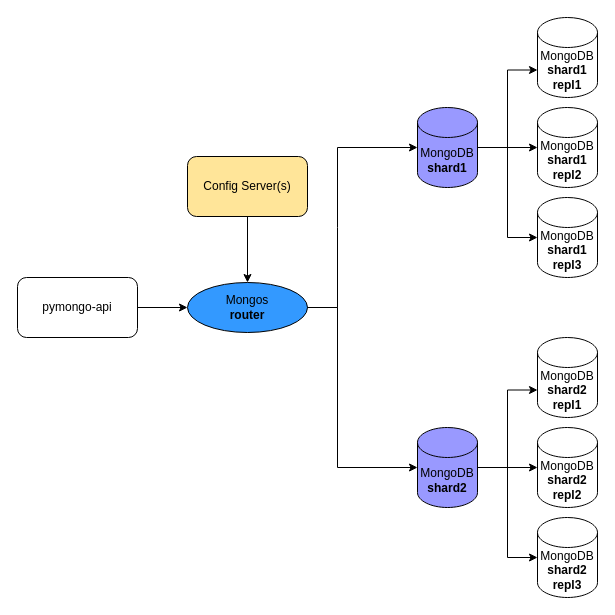
Before: task1_2.drawio in kihana/architecture-sprint-2, a draw.io diagram. Source tidied: cells renumbered, new cells numbered last; positions are measured from the earlier drawing's top-left corner, leaving out a move shared by most shapes. Both pictures are drawn from the tidied source at 100%, with x=0, y=0 at pixel (17, 17).
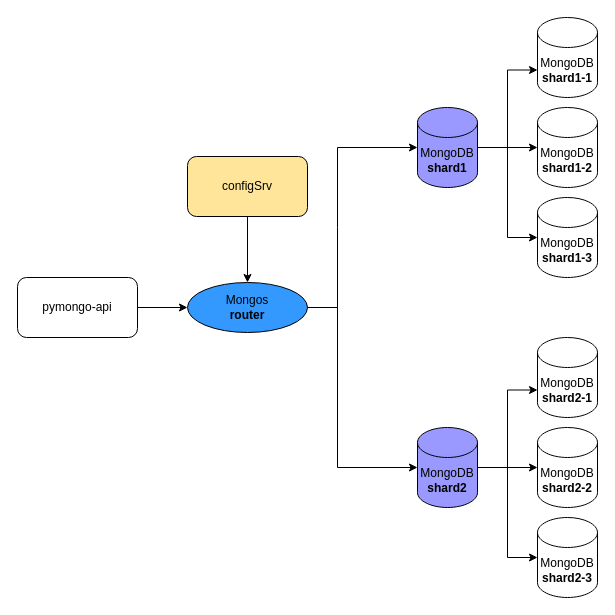
The same page after the edit.

Diff of the diagram source:
```diff
@@
-    <mxCell id="9" value="Config Server(s)" style="rounded=1;whiteSpace=wrap;html=1;fillColor=#FFE599;" parent="1" vertex="1">
+    <mxCell id="9" value="configSrv" style="rounded=1;whiteSpace=wrap;html=1;fillColor=#FFE599;" parent="1" vertex="1">
       <mxGeometry x="170" y="139" width="120" height="60" as="geometry" />
     </mxCell>
@@
-    <mxCell id="11" value="&lt;div&gt;MongoDB&lt;/div&gt;&lt;div&gt;&lt;b&gt;shard1&lt;/b&gt;&lt;/div&gt;&lt;div&gt;&lt;b&gt;repl1&lt;/b&gt;&lt;br&gt;&lt;/div&gt;" style="shape=cylinder3;whiteSpace=wrap;html=1;boundedLbl=1;backgroundOutline=1;size=15;" parent="1" vertex="1">
+    <mxCell id="11" value="&lt;div&gt;MongoDB&lt;/div&gt;&lt;div&gt;&lt;b&gt;shard1-1&lt;/b&gt;&lt;/div&gt;" style="shape=cylinder3;whiteSpace=wrap;html=1;boundedLbl=1;backgroundOutline=1;size=15;" parent="1" vertex="1">
       <mxGeometry x="520" width="60" height="80" as="geometry" />
     </mxCell>
-    <mxCell id="12" value="&lt;div&gt;MongoDB&lt;/div&gt;&lt;div&gt;&lt;b&gt;shard1&lt;/b&gt;&lt;/div&gt;&lt;div&gt;&lt;b&gt;repl2&lt;/b&gt;&lt;br&gt;&lt;/div&gt;" style="shape=cylinder3;whiteSpace=wrap;html=1;boundedLbl=1;backgroundOutline=1;size=15;" parent="1" vertex="1">
+    <mxCell id="12" value="&lt;div&gt;MongoDB&lt;/div&gt;&lt;div&gt;&lt;b&gt;shard1-2&lt;/b&gt;&lt;/div&gt;" style="shape=cylinder3;whiteSpace=wrap;html=1;boundedLbl=1;backgroundOutline=1;size=15;" parent="1" vertex="1">
       <mxGeometry x="520" y="90" width="60" height="80" as="geometry" />
     </mxCell>
-    <mxCell id="13" value="&lt;div&gt;MongoDB&lt;/div&gt;&lt;div&gt;&lt;b&gt;shard1&lt;/b&gt;&lt;/div&gt;&lt;div&gt;&lt;b&gt;repl3&lt;/b&gt;&lt;br&gt;&lt;/div&gt;" style="shape=cylinder3;whiteSpace=wrap;html=1;boundedLbl=1;backgroundOutline=1;size=15;" parent="1" vertex="1">
+    <mxCell id="13" value="&lt;div&gt;MongoDB&lt;/div&gt;&lt;div&gt;&lt;b&gt;shard1-3&lt;/b&gt;&lt;/div&gt;" style="shape=cylinder3;whiteSpace=wrap;html=1;boundedLbl=1;backgroundOutline=1;size=15;" parent="1" vertex="1">
       <mxGeometry x="520" y="180" width="60" height="80" as="geometry" />
     </mxCell>
-    <mxCell id="14" value="&lt;div&gt;MongoDB&lt;/div&gt;&lt;div&gt;&lt;b&gt;shard2&lt;/b&gt;&lt;/div&gt;&lt;div&gt;&lt;b&gt;repl2&lt;br&gt;&lt;/b&gt;&lt;/div&gt;" style="shape=cylinder3;whiteSpace=wrap;html=1;boundedLbl=1;backgroundOutline=1;size=15;" parent="1" vertex="1">
+    <mxCell id="14" value="&lt;div&gt;MongoDB&lt;/div&gt;&lt;div&gt;&lt;b&gt;shard2-2&lt;/b&gt;&lt;/div&gt;" style="shape=cylinder3;whiteSpace=wrap;html=1;boundedLbl=1;backgroundOutline=1;size=15;" parent="1" vertex="1">
       <mxGeometry x="520" y="410" width="60" height="80" as="geometry" />
     </mxCell>
-    <mxCell id="15" value="&lt;div&gt;MongoDB&lt;/div&gt;&lt;div&gt;&lt;b&gt;shard2&lt;br&gt;&lt;/b&gt;&lt;/div&gt;&lt;div&gt;&lt;b&gt;repl1&lt;/b&gt;&lt;br&gt;&lt;/div&gt;" style="shape=cylinder3;whiteSpace=wrap;html=1;boundedLbl=1;backgroundOutline=1;size=15;" parent="1" vertex="1">
+    <mxCell id="15" value="&lt;div&gt;MongoDB&lt;/div&gt;&lt;div&gt;&lt;b&gt;shard2-1&lt;br&gt;&lt;/b&gt;&lt;/div&gt;" style="shape=cylinder3;whiteSpace=wrap;html=1;boundedLbl=1;backgroundOutline=1;size=15;" parent="1" vertex="1">
       <mxGeometry x="520" y="320" width="60" height="80" as="geometry" />
     </mxCell>
-    <mxCell id="16" value="&lt;div&gt;MongoDB&lt;/div&gt;&lt;div&gt;&lt;b&gt;shard2&lt;/b&gt;&lt;/div&gt;&lt;div&gt;&lt;b&gt;repl3&lt;br&gt;&lt;/b&gt;&lt;/div&gt;" style="shape=cylinder3;whiteSpace=wrap;html=1;boundedLbl=1;backgroundOutline=1;size=15;" parent="1" vertex="1">
+    <mxCell id="16" value="&lt;div&gt;MongoDB&lt;/div&gt;&lt;div&gt;&lt;b&gt;shard2-3&lt;/b&gt;&lt;/div&gt;" style="shape=cylinder3;whiteSpace=wrap;html=1;boundedLbl=1;backgroundOutline=1;size=15;" parent="1" vertex="1">
       <mxGeometry x="520" y="500" width="60" height="80" as="geometry" />
     </mxCell>
```
